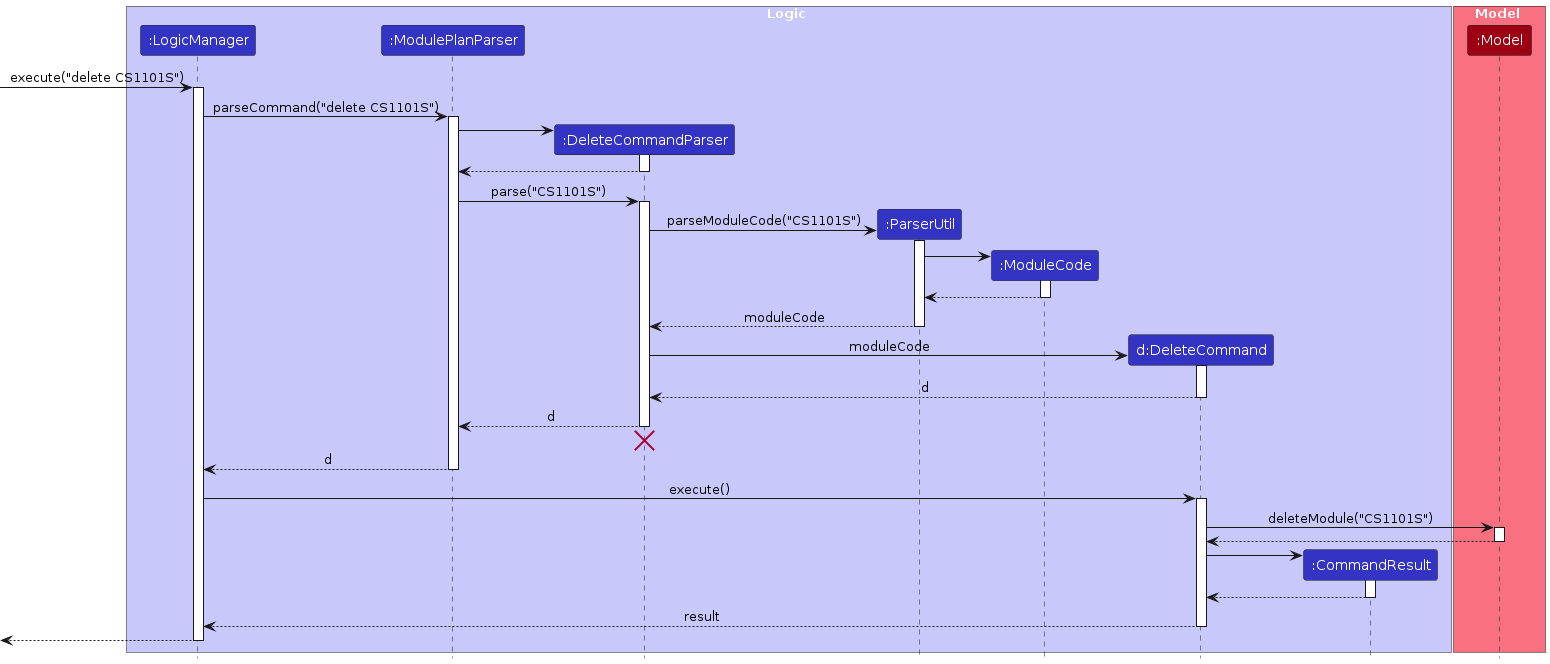
Above: diagrams/DeleteSequenceDiagram.png in ji-just-ji/tp (PlantUML), before the change. Its source is kept beside it as diagrams/DeleteSequenceDiagram.puml.
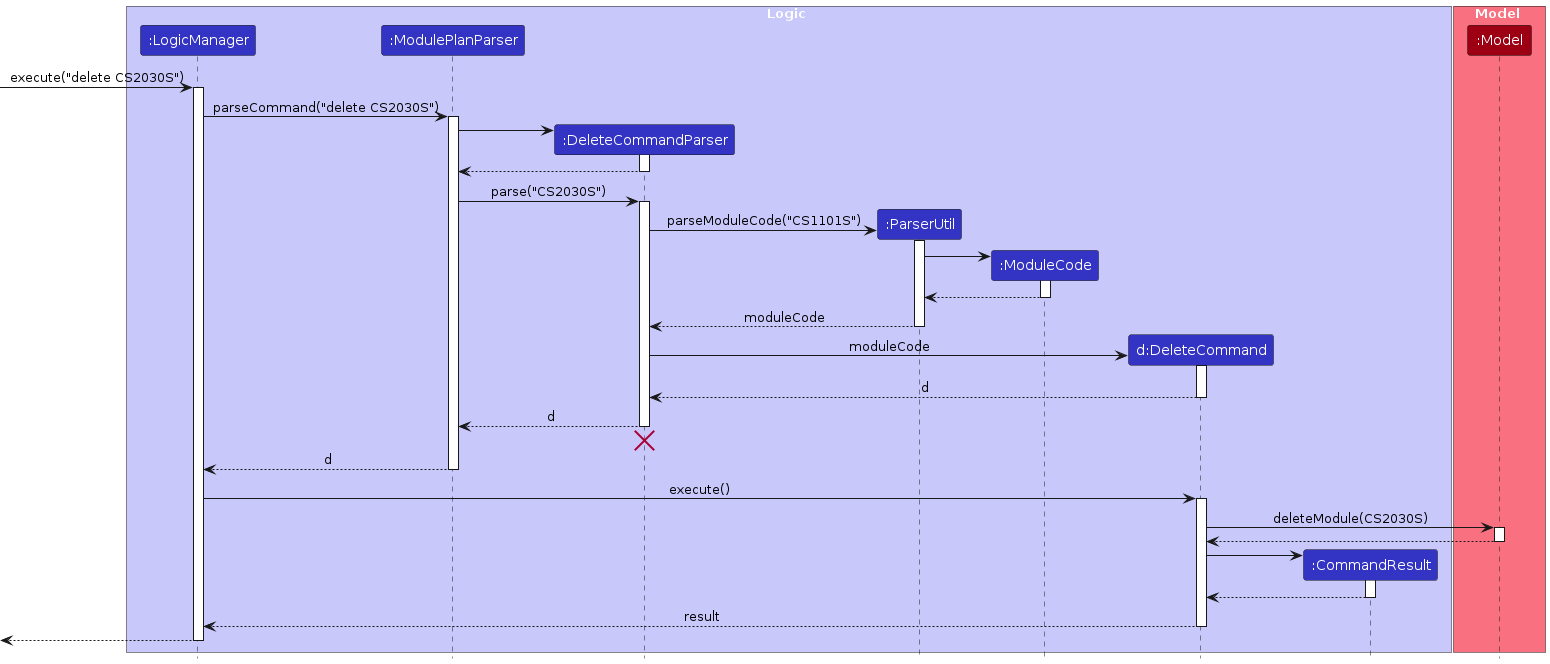
After the change.

The edit, as a diff of the source:
```diff
@@ -16,10 +16,10 @@
 participant ":Model" as Model MODEL_COLOR
 end box
 
-[-> LogicManager : execute("delete CS1101S")
+[-> LogicManager : execute("delete CS2030S")
 activate LogicManager
 
-LogicManager -> ModulePlanParser : parseCommand("delete CS1101S")
+LogicManager -> ModulePlanParser : parseCommand("delete CS2030S")
 activate ModulePlanParser
 
 create DeleteCommandParser
@@ -29,7 +29,7 @@
 DeleteCommandParser --> ModulePlanParser
 deactivate DeleteCommandParser
 
-ModulePlanParser -> DeleteCommandParser : parse("CS1101S")
+ModulePlanParser -> DeleteCommandParser : parse("CS2030S")
 activate DeleteCommandParser
 
 
@@ -64,7 +64,7 @@
 LogicManager -> DeleteCommand : execute()
 activate DeleteCommand
 
-DeleteCommand -> Model : deleteModule("CS1101S")
+DeleteCommand -> Model : deleteModule(CS2030S)
 activate Model
 
 Model --> DeleteCommand
```
